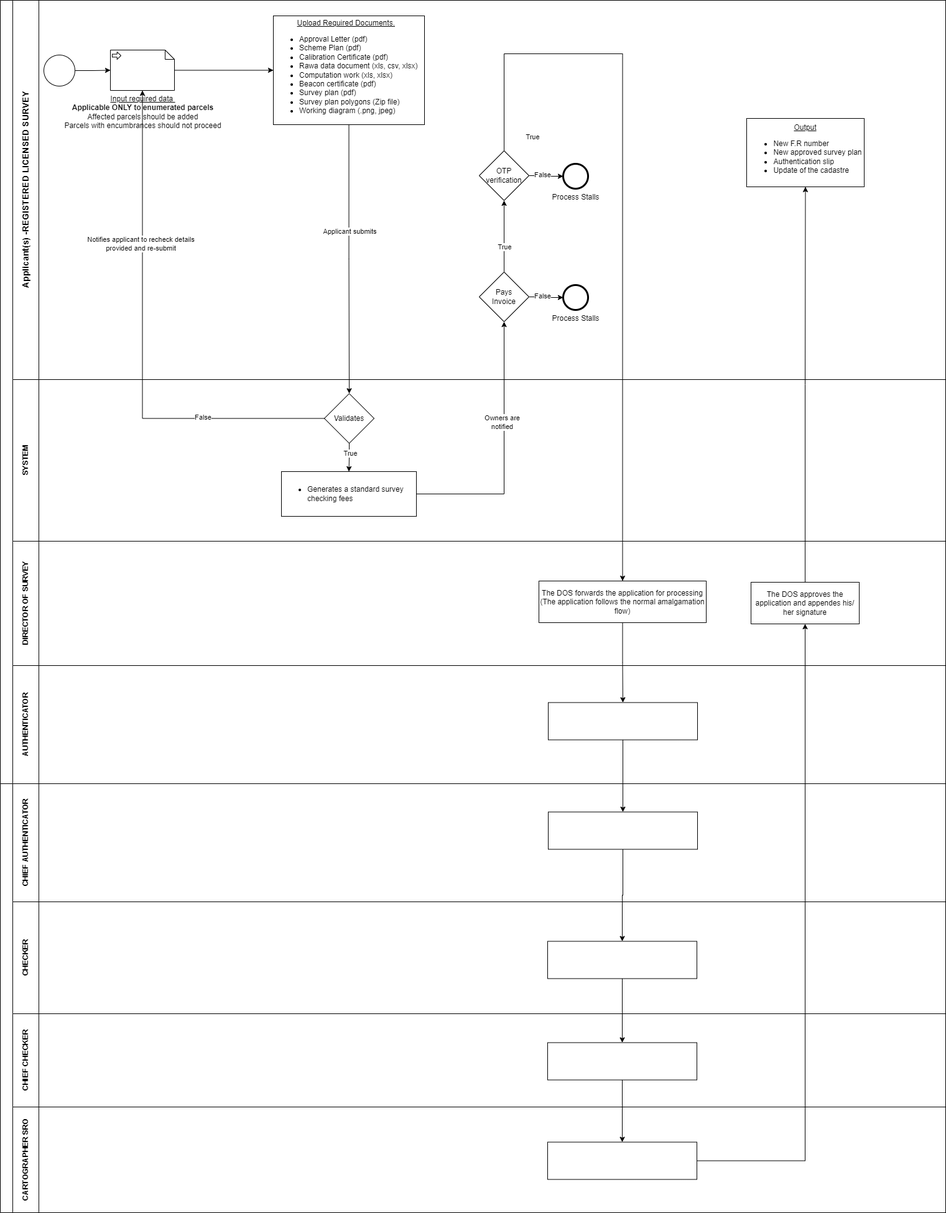
This is Change of common boundary.drawio.png from pascalokoth/BPMN, a draw.io export, as it was before one commit. Source tidied: cells renumbered, new cells last; positions are measured from the earlier drawing's top-left corner, leaving out a move shared by most shapes.
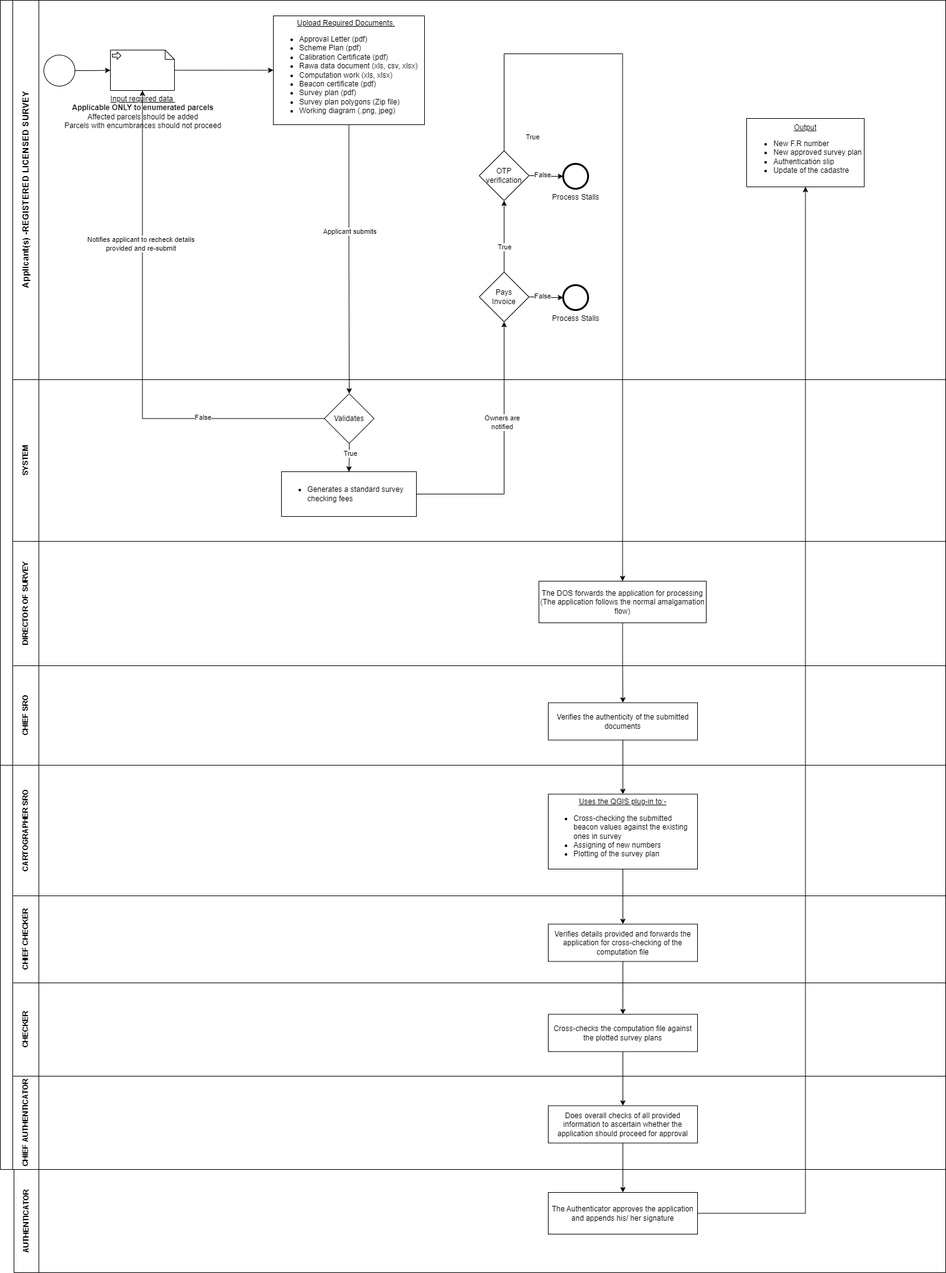
Later version of the same file.

The edit, as a diff of the source:
```diff
@@ -3,7 +3,7 @@
     <mxCell id="0" />
     <mxCell id="1" parent="0" />
     <mxCell id="2" style="swimlane;html=1;horizontal=0;startSize=20;whiteSpace=wrap;" parent="1" vertex="1">
-      <mxGeometry width="1520" height="1260" as="geometry" />
+      <mxGeometry width="1520" height="1230" as="geometry" />
     </mxCell>
     <mxCell id="3" style="edgeStyle=orthogonalEdgeStyle;rounded=0;jettySize=auto;html=1;" parent="2" edge="1" source="8" target="17">
       <mxGeometry relative="1" as="geometry" />
@@ -73,10 +73,10 @@
     <mxCell id="24" value="False" style="edgeLabel;html=1;align=center;verticalAlign=middle;" parent="22" vertex="1">
       <mxGeometry x="-0.52" y="-2" relative="1" as="geometry" />
     </mxCell>
-    <mxCell id="25" value="AUTHENTICATOR" style="swimlane;html=1;startSize=42;horizontal=0;" parent="2" vertex="1">
-      <mxGeometry x="20" y="1070" width="1500" height="190" as="geometry" />
+    <mxCell id="25" value="CHIEF SRO" style="swimlane;html=1;startSize=42;horizontal=0;" parent="2" vertex="1">
+      <mxGeometry x="20" y="1070" width="1500" height="160" as="geometry" />
     </mxCell>
-    <mxCell id="26" style="whiteSpace=wrap;html=1;" parent="25" vertex="1">
+    <mxCell id="26" value="Verifies the authenticity of the submitted documents" style="whiteSpace=wrap;html=1;" parent="25" vertex="1">
       <mxGeometry x="861" y="59.5" width="240" height="60" as="geometry" />
     </mxCell>
     <mxCell id="27" style="edgeStyle=orthogonalEdgeStyle;rounded=0;jettySize=auto;html=1;" parent="1" edge="1" source="28" target="26">
@@ -104,26 +104,26 @@
     <mxCell id="32" style="edgeStyle=orthogonalEdgeStyle;rounded=0;jettySize=auto;html=1;" parent="1" edge="1" source="33" target="35">
       <mxGeometry relative="1" as="geometry" />
     </mxCell>
-    <mxCell id="33" style="whiteSpace=wrap;html=1;" parent="1" vertex="1">
-      <mxGeometry x="881" y="1305.5" width="240" height="60" as="geometry" />
+    <mxCell id="33" value="&lt;u style=&quot;border-color: var(--border-color);&quot;&gt;Uses the QGIS plug-in to:-&lt;/u&gt;&lt;br style=&quot;border-color: var(--border-color);&quot;&gt;&lt;ul style=&quot;border-color: var(--border-color);&quot;&gt;&lt;li style=&quot;border-color: var(--border-color); text-align: left;&quot;&gt;Cross-checking the submitted beacon values against the existing ones in survey&lt;/li&gt;&lt;li style=&quot;border-color: var(--border-color); text-align: left;&quot;&gt;Assigning of new numbers&lt;/li&gt;&lt;li style=&quot;border-color: var(--border-color); text-align: left;&quot;&gt;Plotting of the survey plan&lt;/li&gt;&lt;/ul&gt;" style="whiteSpace=wrap;html=1;" parent="1" vertex="1">
+      <mxGeometry x="881" y="1276.5" width="240" height="120.5" as="geometry" />
     </mxCell>
     <mxCell id="34" style="edgeStyle=orthogonalEdgeStyle;rounded=0;jettySize=auto;html=1;entryX=0.5;entryY=0;entryDx=0;entryDy=0;" parent="1" edge="1" source="35" target="69">
       <mxGeometry relative="1" as="geometry" />
     </mxCell>
-    <mxCell id="35" style="whiteSpace=wrap;html=1;" parent="1" vertex="1">
-      <mxGeometry x="880" y="1513.5" width="240" height="60" as="geometry" />
+    <mxCell id="35" value="Verifies details provided and forwards the application for cross-checking of the computation file" style="whiteSpace=wrap;html=1;" parent="1" vertex="1">
+      <mxGeometry x="881" y="1485.5" width="240" height="60" as="geometry" />
     </mxCell>
-    <mxCell id="36" style="edgeStyle=orthogonalEdgeStyle;rounded=0;jettySize=auto;html=1;entryX=0.5;entryY=1;entryDx=0;entryDy=0;" parent="1" edge="1" source="37" target="39">
+    <mxCell id="36" style="edgeStyle=orthogonalEdgeStyle;rounded=0;jettySize=auto;html=1;entryX=0.5;entryY=0;entryDx=0;entryDy=0;" parent="1" edge="1" source="37" target="39">
       <mxGeometry relative="1" as="geometry" />
     </mxCell>
-    <mxCell id="37" style="whiteSpace=wrap;html=1;fontStyle=1;" parent="1" vertex="1">
-      <mxGeometry x="880" y="1836.5" width="240" height="60" as="geometry" />
+    <mxCell id="37" value="&lt;span style=&quot;font-weight: normal;&quot;&gt;Does overall checks of all provided information to ascertain whether the application should proceed for approval&lt;/span&gt;" style="whiteSpace=wrap;html=1;fontStyle=1;" parent="1" vertex="1">
+      <mxGeometry x="881" y="1777.5" width="240" height="60" as="geometry" />
     </mxCell>
     <mxCell id="38" style="edgeStyle=orthogonalEdgeStyle;rounded=0;jettySize=auto;html=1;" parent="1" edge="1" source="39" target="15">
       <mxGeometry relative="1" as="geometry" />
     </mxCell>
-    <mxCell id="39" value="The DOS approves the application and appendes his/ her signature" style="whiteSpace=wrap;html=1;align=center;" parent="1" vertex="1">
-      <mxGeometry x="1207" y="936" width="174" height="67" as="geometry" />
+    <mxCell id="39" value="The Authenticator approves the application and appends his/ her signature" style="whiteSpace=wrap;html=1;align=center;" parent="1" vertex="1">
+      <mxGeometry x="881" y="1917" width="240" height="67" as="geometry" />
     </mxCell>
     <mxCell id="40" style="edgeStyle=orthogonalEdgeStyle;rounded=0;jettySize=auto;html=1;" parent="1" edge="1" source="44" target="45">
       <mxGeometry relative="1" as="geometry" />
@@ -152,7 +152,7 @@
       <mxGeometry x="0.23" y="4" relative="1" as="geometry" />
     </mxCell>
     <mxCell id="48" style="swimlane;html=1;horizontal=0;startSize=20;whiteSpace=wrap;" parent="1" vertex="1">
-      <mxGeometry y="1260" width="1520" height="690" as="geometry" />
+      <mxGeometry y="1230" width="1520" height="650" as="geometry" />
     </mxCell>
     <mxCell id="49" style="edgeStyle=orthogonalEdgeStyle;rounded=0;orthogonalLoop=1;jettySize=auto;html=1;" parent="48" edge="1">
       <mxGeometry relative="1" as="geometry">
@@ -162,8 +162,8 @@
     <mxCell id="50" value="Applicant submits" style="edgeLabel;html=1;align=center;verticalAlign=middle;" parent="49" vertex="1">
       <mxGeometry x="-0.21" y="1" relative="1" as="geometry" />
     </mxCell>
-    <mxCell id="51" value="&lt;font style=&quot;&quot;&gt;CHIEF AUTHENTICATOR&lt;br&gt;&lt;/font&gt;" style="swimlane;html=1;startSize=42;horizontal=0;align=center;" parent="48" vertex="1">
-      <mxGeometry x="20" width="1500" height="190" as="geometry" />
+    <mxCell id="51" value="&lt;font style=&quot;&quot;&gt;CARTOGRAPHER SRO&lt;br&gt;&lt;/font&gt;" style="swimlane;html=1;startSize=42;horizontal=0;align=center;" parent="48" vertex="1">
+      <mxGeometry x="20" width="1500" height="210" as="geometry" />
     </mxCell>
     <mxCell id="52" style="edgeStyle=orthogonalEdgeStyle;rounded=0;orthogonalLoop=1;jettySize=auto;html=1;" parent="51" edge="1">
       <mxGeometry relative="1" as="geometry">
@@ -198,8 +198,8 @@
         <mxPoint x="4" as="offset" />
       </mxGeometry>
     </mxCell>
-    <mxCell id="59" value="CHECKER" style="swimlane;html=1;startSize=42;horizontal=0;" parent="48" vertex="1">
-      <mxGeometry x="20" y="190" width="1500" height="180" as="geometry" />
+    <mxCell id="59" value="CHIEF CHECKER" style="swimlane;html=1;startSize=42;horizontal=0;" parent="48" vertex="1">
+      <mxGeometry x="20" y="210" width="1500" height="140" as="geometry" />
     </mxCell>
     <mxCell id="60" style="edgeStyle=orthogonalEdgeStyle;rounded=0;orthogonalLoop=1;jettySize=auto;html=1;" parent="59" edge="1">
       <mxGeometry relative="1" as="geometry">
@@ -209,11 +209,11 @@
     <mxCell id="61" value="True" style="edgeLabel;html=1;align=center;verticalAlign=middle;" parent="60" vertex="1">
       <mxGeometry x="-0.3" y="1" relative="1" as="geometry" />
     </mxCell>
-    <mxCell id="62" value="CHIEF CHECKER" style="swimlane;html=1;startSize=42;horizontal=0;" parent="48" vertex="1">
-      <mxGeometry x="20" y="370" width="1500" height="150" as="geometry" />
+    <mxCell id="62" value="CHECKER" style="swimlane;html=1;startSize=42;horizontal=0;" parent="48" vertex="1">
+      <mxGeometry x="20" y="350" width="1500" height="150" as="geometry" />
     </mxCell>
-    <mxCell id="63" value="CARTOGRAPHER SRO" style="swimlane;html=1;startSize=42;horizontal=0;" parent="48" vertex="1">
-      <mxGeometry x="20" y="520" width="1500" height="170" as="geometry" />
+    <mxCell id="63" value="CHIEF AUTHENTICATOR" style="swimlane;html=1;startSize=42;horizontal=0;" parent="48" vertex="1">
+      <mxGeometry x="20" y="500" width="1500" height="150" as="geometry" />
     </mxCell>
     <mxCell id="64" style="edgeStyle=orthogonalEdgeStyle;rounded=0;orthogonalLoop=1;jettySize=auto;html=1;" parent="48" edge="1">
       <mxGeometry relative="1" as="geometry">
@@ -234,8 +234,11 @@
     <mxCell id="68" style="edgeStyle=orthogonalEdgeStyle;rounded=0;jettySize=auto;html=1;" parent="1" edge="1" source="69" target="37">
       <mxGeometry relative="1" as="geometry" />
     </mxCell>
-    <mxCell id="69" style="whiteSpace=wrap;html=1;fontStyle=1;" parent="1" vertex="1">
-      <mxGeometry x="880" y="1676.5" width="240" height="60" as="geometry" />
+    <mxCell id="69" value="&lt;span style=&quot;font-weight: normal;&quot;&gt;Cross-checks the computation file against the plotted survey plans&lt;/span&gt;" style="whiteSpace=wrap;html=1;fontStyle=1;" parent="1" vertex="1">
+      <mxGeometry x="881" y="1630.5" width="240" height="60" as="geometry" />
     </mxCell>
+    <mxCell id="70" value="AUTHENTICATOR" style="swimlane;horizontal=0;whiteSpace=wrap;html=1;startSize=40;" parent="1" vertex="1">
+      <mxGeometry x="22" y="1880" width="1498" height="166" as="geometry" />
+    </mxCell>
   </root>
 </mxGraphModel>
```
